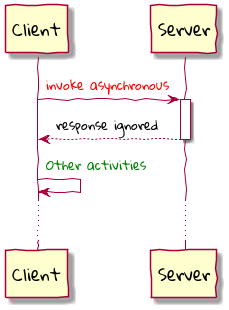
Earlier version of the PlantUML export images/fire-and-forget-invocation.png (ddd-book-java/prem-website).
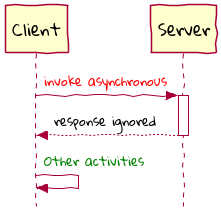
Above is the later version.

The edit, as a diff of the source:
```diff
@@ -1,6 +1,12 @@
 @startuml
 
+skinparam style strictuml
 skinparam handwritten true
+skinparam SequenceDelayFontName "Gloria Hallelujah"
+skinparam SequenceDelayFontSize 13
+skinparam SequenceTitleFontName "Gloria Hallelujah"
+skinparam SequenceTitleFontSize 12
+
 skinparam sequence {
     ParticipantFontName "Gloria Hallelujah"
     ParticipantFontSize 17
@@ -10,7 +16,6 @@
     ArrowFontName "Gloria Hallelujah"
     GroupFontName "Gloria Hallelujah"
 }
-
 participant Client
 participant Server
 
@@ -19,6 +24,5 @@
 Server --> Client: response ignored
 deactivate Server
 Client -> Client: <font color="green">Other activities
-... ...
 
 @enduml
```
